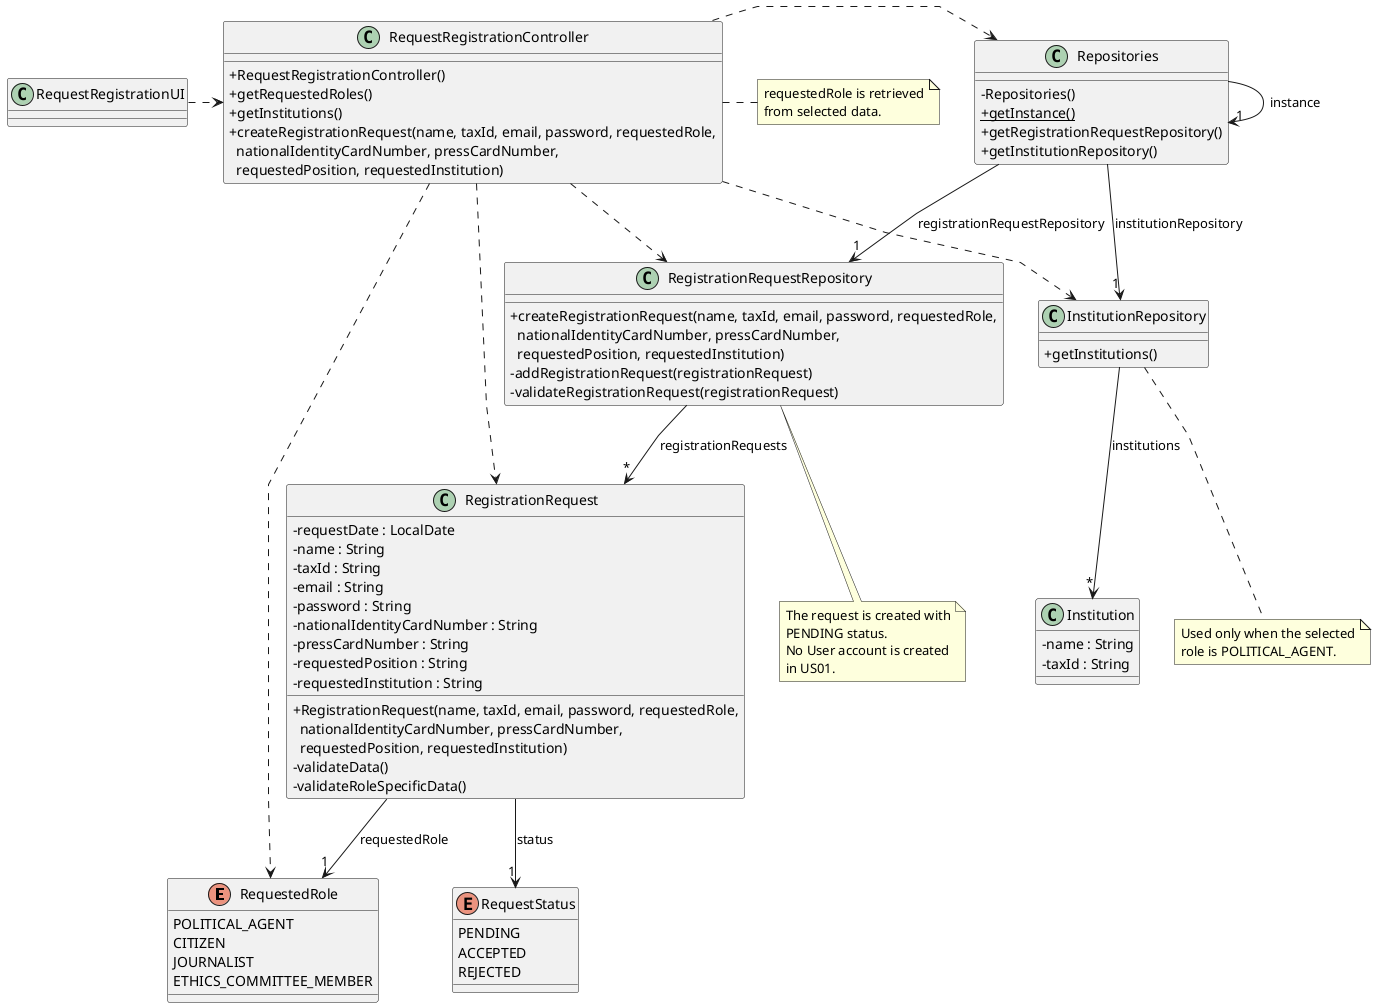
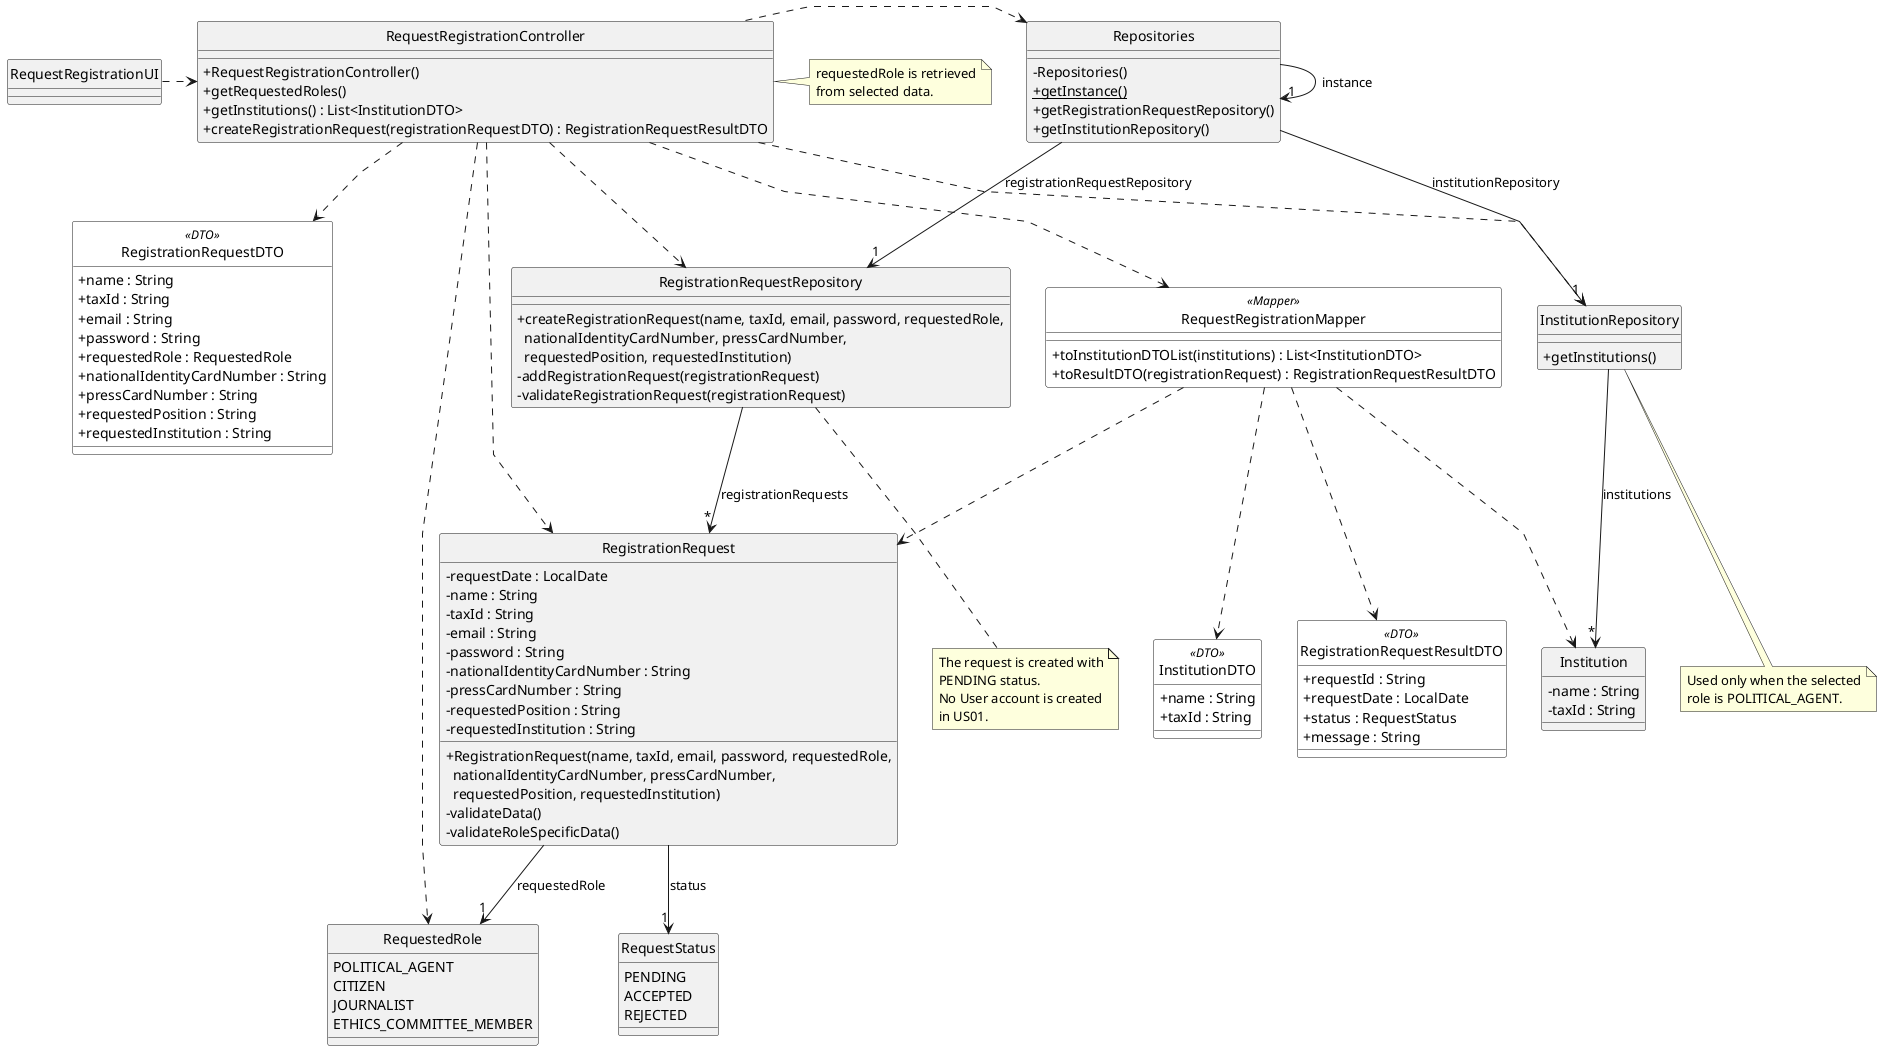
@startuml
'skinparam monochrome true
skinparam packageStyle rectangle
skinparam shadowing false
skinparam linetype polyline
'skinparam linetype orto

skinparam classAttributeIconSize 0
+ hide circle
+ 
+ skinparam class {
+     BackgroundColor<<DTO>> White
+     BackgroundColor<<Mapper>> White
+ }

enum RequestedRole {
    POLITICAL_AGENT
    CITIZEN
    JOURNALIST
    ETHICS_COMMITTEE_MEMBER
}

enum RequestStatus {
    PENDING
    ACCEPTED
    REJECTED
}

class RegistrationRequest {
    - requestDate : LocalDate
    - name : String
    - taxId : String
    - email : String
    - password : String
    - nationalIdentityCardNumber : String
    - pressCardNumber : String
    - requestedPosition : String
    - requestedInstitution : String

    + RegistrationRequest(name, taxId, email, password, requestedRole,\n  nationalIdentityCardNumber, pressCardNumber,\n  requestedPosition, requestedInstitution)
    - validateData()
    - validateRoleSpecificData()
}

class Institution {
    - name : String
    - taxId : String
}

+ class RegistrationRequestDTO <<DTO>> {
+     + name : String
+     + taxId : String
+     + email : String
+     + password : String
+     + requestedRole : RequestedRole
+     + nationalIdentityCardNumber : String
+     + pressCardNumber : String
+     + requestedPosition : String
+     + requestedInstitution : String
+ }
+ 
+ class InstitutionDTO <<DTO>> {
+     + name : String
+     + taxId : String
+ }
+ 
+ class RegistrationRequestResultDTO <<DTO>> {
+     + requestId : String
+     + requestDate : LocalDate
+     + status : RequestStatus
+     + message : String
+ }
+ 
+ class RequestRegistrationMapper <<Mapper>> {
+     + toInstitutionDTOList(institutions) : List<InstitutionDTO>
+     + toResultDTO(registrationRequest) : RegistrationRequestResultDTO
+ }
+ 
class RegistrationRequestRepository {
    + createRegistrationRequest(name, taxId, email, password, requestedRole,\n  nationalIdentityCardNumber, pressCardNumber,\n  requestedPosition, requestedInstitution)
    - addRegistrationRequest(registrationRequest)
    - validateRegistrationRequest(registrationRequest)
}

class InstitutionRepository {
    + getInstitutions()
}

class Repositories {
    - Repositories()
    + {static} getInstance()
    + getRegistrationRequestRepository()
    + getInstitutionRepository()
}

class RequestRegistrationController {
    + RequestRegistrationController()
    + getRequestedRoles()
-     + getInstitutions()
-     + createRegistrationRequest(name, taxId, email, password, requestedRole,\n  nationalIdentityCardNumber, pressCardNumber,\n  requestedPosition, requestedInstitution)
+     + getInstitutions() : List<InstitutionDTO>
+     + createRegistrationRequest(registrationRequestDTO) : RegistrationRequestResultDTO
}

note right of RequestRegistrationController
    requestedRole is retrieved
    from selected data.
end note

note bottom of InstitutionRepository
    Used only when the selected
    role is POLITICAL_AGENT.
end note

note bottom of RegistrationRequestRepository
    The request is created with
    PENDING status.
    No User account is created
    in US01.
end note

class RequestRegistrationUI {
}

RequestRegistrationUI .> RequestRegistrationController

RequestRegistrationController .> Repositories
RequestRegistrationController ..> RegistrationRequestRepository
RequestRegistrationController ..> InstitutionRepository
RequestRegistrationController ..> RegistrationRequest
RequestRegistrationController ..> RequestedRole
+ RequestRegistrationController ..> RegistrationRequestDTO
+ RequestRegistrationController ..> RequestRegistrationMapper

Repositories -> "1" Repositories : instance
Repositories --> "1" RegistrationRequestRepository : registrationRequestRepository
Repositories --> "1" InstitutionRepository : institutionRepository

RegistrationRequestRepository --> "*" RegistrationRequest : registrationRequests

InstitutionRepository --> "*" Institution : institutions

+ RequestRegistrationMapper ..> Institution
+ RequestRegistrationMapper ..> InstitutionDTO
+ RequestRegistrationMapper ..> RegistrationRequest
+ RequestRegistrationMapper ..> RegistrationRequestResultDTO
+ 
RegistrationRequest --> "1" RequestedRole : requestedRole
RegistrationRequest --> "1" RequestStatus : status

- @enduml+ @enduml
